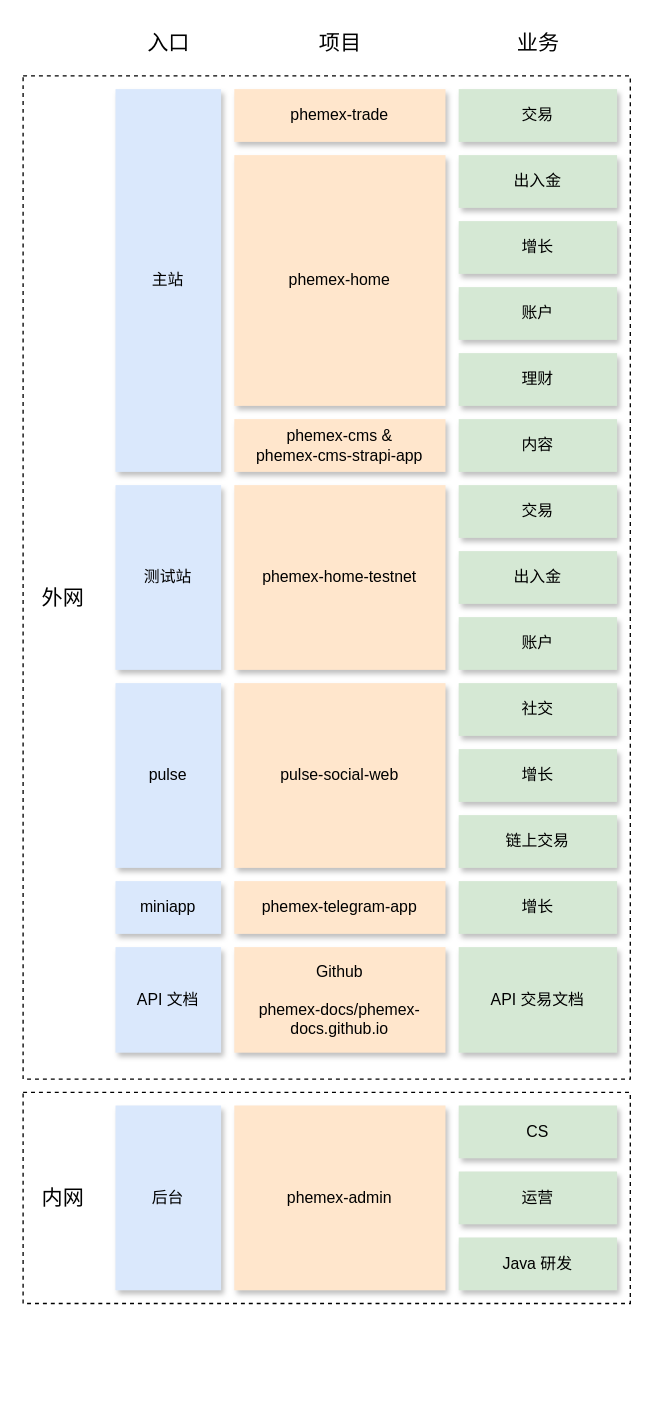
This is page "phemex-biz" (1 of 4) of cex-biz.drawio from AC-YoY/diagram-storage, a draw.io file, before an edit. Source tidied: cells renumbered, new cells numbered last; positions are measured from the earlier drawing's top-left corner, leaving out a move shared by most shapes. Both pictures are drawn from the tidied source at 132%, with x=0, y=0 at pixel (22, 22).
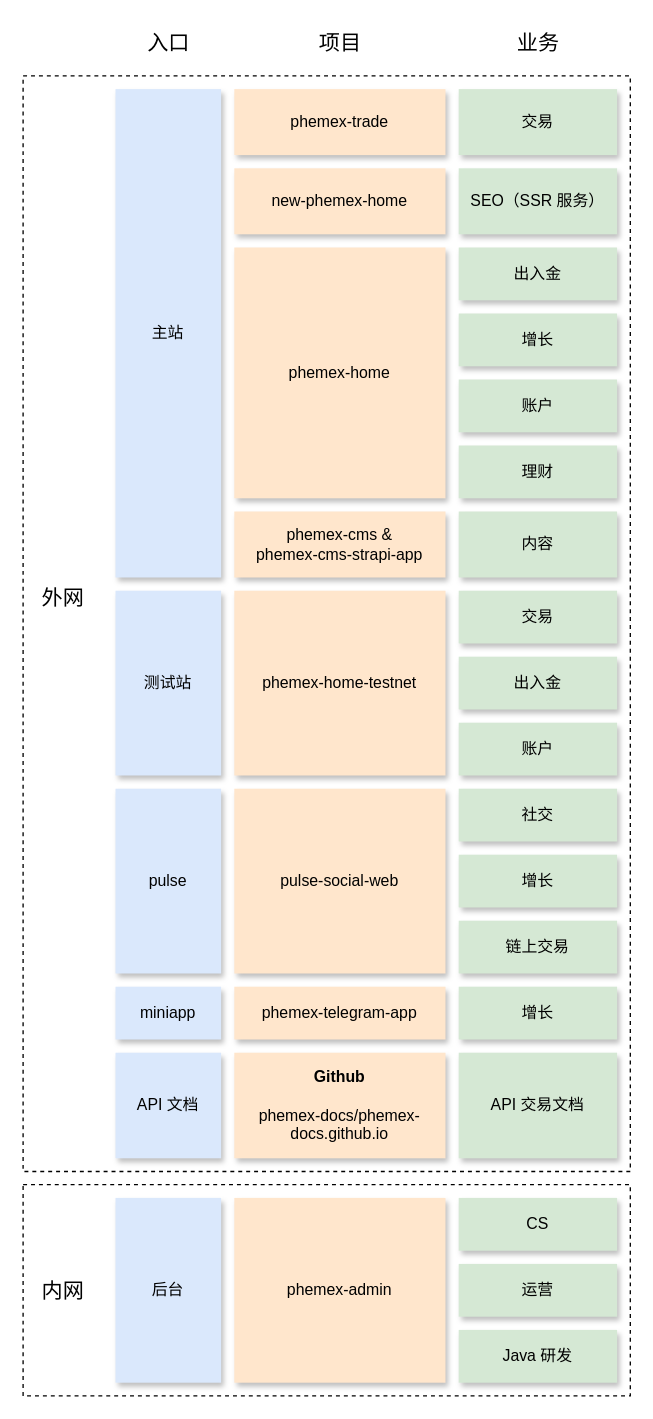
After the change.

Change to the diagram source:
```diff
@@
     <mxCell id="2" style="rounded=0;whiteSpace=wrap;html=1;strokeColor=default;dashed=1;" parent="1" vertex="1">
-      <mxGeometry y="40" width="460" height="760" as="geometry" />
+      <mxGeometry y="40" width="460" height="830" as="geometry" />
     </mxCell>
     <mxCell id="3" style="rounded=0;whiteSpace=wrap;html=1;dashed=1;" parent="1" vertex="1">
-      <mxGeometry y="810" width="460" height="160" as="geometry" />
+      <mxGeometry y="880" width="460" height="160" as="geometry" />
     </mxCell>
@@
     <mxCell id="7" value="交易" style="rounded=0;whiteSpace=wrap;html=1;fillColor=#d5e8d4;strokeColor=none;labelBackgroundColor=none;labelBorderColor=none;shadow=1;" parent="1" vertex="1">
-      <mxGeometry x="330" y="50" width="120" height="40" as="geometry" />
+      <mxGeometry x="330" y="50" width="120" height="50" as="geometry" />
     </mxCell>
     <mxCell id="8" value="账户" style="rounded=0;whiteSpace=wrap;html=1;fillColor=#d5e8d4;strokeColor=none;labelBackgroundColor=none;labelBorderColor=none;shadow=1;" parent="1" vertex="1">
-      <mxGeometry x="330" y="200" width="120" height="40" as="geometry" />
+      <mxGeometry x="330" y="270" width="120" height="40" as="geometry" />
     </mxCell>
     <mxCell id="9" value="出入金" style="rounded=0;whiteSpace=wrap;html=1;fillColor=#d5e8d4;strokeColor=none;labelBackgroundColor=none;labelBorderColor=none;shadow=1;" parent="1" vertex="1">
-      <mxGeometry x="330" y="100" width="120" height="40" as="geometry" />
+      <mxGeometry x="330" y="170" width="120" height="40" as="geometry" />
     </mxCell>
     <mxCell id="10" value="理财" style="rounded=0;whiteSpace=wrap;html=1;fillColor=#d5e8d4;strokeColor=none;labelBackgroundColor=none;labelBorderColor=none;shadow=1;" parent="1" vertex="1">
-      <mxGeometry x="330" y="250" width="120" height="40" as="geometry" />
+      <mxGeometry x="330" y="320" width="120" height="40" as="geometry" />
     </mxCell>
     <mxCell id="11" value="增长" style="rounded=0;whiteSpace=wrap;html=1;fillColor=#d5e8d4;strokeColor=none;labelBackgroundColor=none;labelBorderColor=none;shadow=1;" parent="1" vertex="1">
-      <mxGeometry x="330" y="150" width="120" height="40" as="geometry" />
+      <mxGeometry x="330" y="220" width="120" height="40" as="geometry" />
     </mxCell>
     <mxCell id="12" value="内容" style="rounded=0;whiteSpace=wrap;html=1;fillColor=#d5e8d4;strokeColor=none;labelBackgroundColor=none;labelBorderColor=none;shadow=1;" parent="1" vertex="1">
-      <mxGeometry x="330" y="300" width="120" height="40" as="geometry" />
+      <mxGeometry x="330" y="370" width="120" height="50" as="geometry" />
     </mxCell>
     <mxCell id="13" value="测试站" style="rounded=0;whiteSpace=wrap;html=1;fillColor=#dae8fc;strokeColor=none;labelBackgroundColor=none;labelBorderColor=none;shadow=1;" parent="1" vertex="1">
-      <mxGeometry x="70" y="350" width="80" height="140" as="geometry" />
+      <mxGeometry x="70" y="430" width="80" height="140" as="geometry" />
     </mxCell>
     <mxCell id="14" value="主站" style="rounded=0;whiteSpace=wrap;html=1;fillColor=#dae8fc;strokeColor=none;labelBackgroundColor=none;labelBorderColor=none;shadow=1;" parent="1" vertex="1">
-      <mxGeometry x="70" y="50" width="80" height="290" as="geometry" />
+      <mxGeometry x="70" y="50" width="80" height="370" as="geometry" />
     </mxCell>
     <mxCell id="15" value="社交" style="rounded=0;whiteSpace=wrap;html=1;fillColor=#d5e8d4;strokeColor=none;labelBackgroundColor=none;labelBorderColor=none;shadow=1;" parent="1" vertex="1">
-      <mxGeometry x="330" y="500" width="120" height="40" as="geometry" />
+      <mxGeometry x="330" y="580" width="120" height="40" as="geometry" />
     </mxCell>
     <mxCell id="16" value="miniapp" style="rounded=0;whiteSpace=wrap;html=1;fillColor=#dae8fc;strokeColor=none;labelBackgroundColor=none;labelBorderColor=none;shadow=1;" parent="1" vertex="1">
-      <mxGeometry x="70" y="650" width="80" height="40" as="geometry" />
+      <mxGeometry x="70" y="730" width="80" height="40" as="geometry" />
     </mxCell>
     <mxCell id="17" value="pulse" style="rounded=0;whiteSpace=wrap;html=1;fillColor=#dae8fc;strokeColor=none;labelBackgroundColor=none;labelBorderColor=none;shadow=1;" parent="1" vertex="1">
-      <mxGeometry x="70" y="500" width="80" height="140" as="geometry" />
+      <mxGeometry x="70" y="580" width="80" height="140" as="geometry" />
     </mxCell>
     <mxCell id="18" value="后台" style="rounded=0;whiteSpace=wrap;html=1;fillColor=#dae8fc;strokeColor=none;labelBackgroundColor=none;labelBorderColor=none;shadow=1;" parent="1" vertex="1">
-      <mxGeometry x="70" y="820" width="80" height="140" as="geometry" />
+      <mxGeometry x="70" y="890" width="80" height="140" as="geometry" />
     </mxCell>
     <mxCell id="19" value="增长" style="rounded=0;whiteSpace=wrap;html=1;fillColor=#d5e8d4;strokeColor=none;labelBackgroundColor=none;labelBorderColor=none;shadow=1;" parent="1" vertex="1">
-      <mxGeometry x="330" y="550" width="120" height="40" as="geometry" />
+      <mxGeometry x="330" y="630" width="120" height="40" as="geometry" />
     </mxCell>
     <mxCell id="20" value="增长" style="rounded=0;whiteSpace=wrap;html=1;fillColor=#d5e8d4;strokeColor=none;labelBackgroundColor=none;labelBorderColor=none;shadow=1;" parent="1" vertex="1">
-      <mxGeometry x="330" y="650" width="120" height="40" as="geometry" />
+      <mxGeometry x="330" y="730" width="120" height="40" as="geometry" />
     </mxCell>
     <mxCell id="21" value="CS" style="rounded=0;whiteSpace=wrap;html=1;fillColor=#d5e8d4;strokeColor=none;labelBackgroundColor=none;labelBorderColor=none;shadow=1;" parent="1" vertex="1">
-      <mxGeometry x="330" y="820" width="120" height="40" as="geometry" />
+      <mxGeometry x="330" y="890" width="120" height="40" as="geometry" />
     </mxCell>
     <mxCell id="22" value="phemex-home-testnet" style="rounded=0;whiteSpace=wrap;html=1;fillColor=#ffe6cc;strokeColor=none;labelBackgroundColor=none;labelBorderColor=none;shadow=1;" parent="1" vertex="1">
-      <mxGeometry x="160" y="350" width="160" height="140" as="geometry" />
+      <mxGeometry x="160" y="430" width="160" height="140" as="geometry" />
     </mxCell>
     <mxCell id="23" value="phemex-home" style="rounded=0;whiteSpace=wrap;html=1;fillColor=#ffe6cc;strokeColor=none;labelBackgroundColor=none;labelBorderColor=none;shadow=1;" parent="1" vertex="1">
-      <mxGeometry x="160" y="100" width="160" height="190" as="geometry" />
+      <mxGeometry x="160" y="170" width="160" height="190" as="geometry" />
     </mxCell>
     <mxCell id="24" value="phemex-trade" style="rounded=0;whiteSpace=wrap;html=1;fillColor=#ffe6cc;strokeColor=none;labelBackgroundColor=none;labelBorderColor=none;shadow=1;" parent="1" vertex="1">
-      <mxGeometry x="160" y="50" width="160" height="40" as="geometry" />
+      <mxGeometry x="160" y="50" width="160" height="50" as="geometry" />
     </mxCell>
     <mxCell id="25" value="pulse-social-web" style="rounded=0;whiteSpace=wrap;html=1;fillColor=#ffe6cc;strokeColor=none;labelBackgroundColor=none;labelBorderColor=none;shadow=1;" parent="1" vertex="1">
-      <mxGeometry x="160" y="500" width="160" height="140" as="geometry" />
+      <mxGeometry x="160" y="580" width="160" height="140" as="geometry" />
     </mxCell>
     <mxCell id="26" value="phemex-telegram-app" style="rounded=0;whiteSpace=wrap;html=1;fillColor=#ffe6cc;strokeColor=none;labelBackgroundColor=none;labelBorderColor=none;shadow=1;" parent="1" vertex="1">
-      <mxGeometry x="160" y="650" width="160" height="40" as="geometry" />
+      <mxGeometry x="160" y="730" width="160" height="40" as="geometry" />
     </mxCell>
     <mxCell id="27" value="phemex-admin" style="rounded=0;whiteSpace=wrap;html=1;fillColor=#ffe6cc;strokeColor=none;labelBackgroundColor=none;labelBorderColor=none;shadow=1;" parent="1" vertex="1">
-      <mxGeometry x="160" y="820" width="160" height="140" as="geometry" />
+      <mxGeometry x="160" y="890" width="160" height="140" as="geometry" />
     </mxCell>
     <mxCell id="28" value="Java 研发" style="rounded=0;whiteSpace=wrap;html=1;fillColor=#d5e8d4;strokeColor=none;labelBackgroundColor=none;labelBorderColor=none;shadow=1;" parent="1" vertex="1">
-      <mxGeometry x="330" y="920" width="120" height="40" as="geometry" />
+      <mxGeometry x="330" y="990" width="120" height="40" as="geometry" />
     </mxCell>
     <mxCell id="29" value="phemex-cms &amp;amp;&lt;br&gt;phemex-cms-strapi-app" style="rounded=0;whiteSpace=wrap;html=1;fillColor=#ffe6cc;strokeColor=none;labelBackgroundColor=none;labelBorderColor=none;shadow=1;" parent="1" vertex="1">
-      <mxGeometry x="160" y="300" width="160" height="40" as="geometry" />
+      <mxGeometry x="160" y="370" width="160" height="50" as="geometry" />
     </mxCell>
     <mxCell id="30" value="运营" style="rounded=0;whiteSpace=wrap;html=1;fillColor=#d5e8d4;strokeColor=none;labelBackgroundColor=none;labelBorderColor=none;shadow=1;" parent="1" vertex="1">
-      <mxGeometry x="330" y="870" width="120" height="40" as="geometry" />
+      <mxGeometry x="330" y="940" width="120" height="40" as="geometry" />
     </mxCell>
     <mxCell id="31" value="交易" style="rounded=0;whiteSpace=wrap;html=1;fillColor=#d5e8d4;strokeColor=none;labelBackgroundColor=none;labelBorderColor=none;shadow=1;" parent="1" vertex="1">
-      <mxGeometry x="330" y="350" width="120" height="40" as="geometry" />
+      <mxGeometry x="330" y="430" width="120" height="40" as="geometry" />
     </mxCell>
     <mxCell id="32" value="出入金" style="rounded=0;whiteSpace=wrap;html=1;fillColor=#d5e8d4;strokeColor=none;labelBackgroundColor=none;labelBorderColor=none;shadow=1;" parent="1" vertex="1">
-      <mxGeometry x="330" y="400" width="120" height="40" as="geometry" />
+      <mxGeometry x="330" y="480" width="120" height="40" as="geometry" />
     </mxCell>
     <mxCell id="33" value="账户" style="rounded=0;whiteSpace=wrap;html=1;fillColor=#d5e8d4;strokeColor=none;labelBackgroundColor=none;labelBorderColor=none;shadow=1;" parent="1" vertex="1">
-      <mxGeometry x="330" y="450" width="120" height="40" as="geometry" />
+      <mxGeometry x="330" y="530" width="120" height="40" as="geometry" />
     </mxCell>
     <mxCell id="34" value="链上交易" style="rounded=0;whiteSpace=wrap;html=1;fillColor=#d5e8d4;strokeColor=none;labelBackgroundColor=none;labelBorderColor=none;shadow=1;" parent="1" vertex="1">
-      <mxGeometry x="330" y="600" width="120" height="40" as="geometry" />
+      <mxGeometry x="330" y="680" width="120" height="40" as="geometry" />
     </mxCell>
     <mxCell id="35" value="API 文档" style="rounded=0;whiteSpace=wrap;html=1;fillColor=#dae8fc;strokeColor=none;labelBackgroundColor=none;labelBorderColor=none;shadow=1;" parent="1" vertex="1">
-      <mxGeometry x="70" y="700" width="80" height="80" as="geometry" />
+      <mxGeometry x="70" y="780" width="80" height="80" as="geometry" />
     </mxCell>
-    <mxCell id="36" value="Github&lt;br&gt;&lt;br&gt;phemex-docs/phemex-docs.github.io" style="rounded=0;whiteSpace=wrap;html=1;fillColor=#ffe6cc;strokeColor=none;labelBackgroundColor=none;labelBorderColor=none;shadow=1;" parent="1" vertex="1">
-      <mxGeometry x="160" y="700" width="160" height="80" as="geometry" />
+    <mxCell id="36" value="&lt;b&gt;Github&lt;/b&gt;&lt;br&gt;&lt;br&gt;phemex-docs/phemex-docs.github.io" style="rounded=0;whiteSpace=wrap;html=1;fillColor=#ffe6cc;strokeColor=none;labelBackgroundColor=none;labelBorderColor=none;shadow=1;" parent="1" vertex="1">
+      <mxGeometry x="160" y="780" width="160" height="80" as="geometry" />
     </mxCell>
     <mxCell id="37" value="API 交易文档" style="rounded=0;whiteSpace=wrap;html=1;fillColor=#d5e8d4;strokeColor=none;labelBackgroundColor=none;labelBorderColor=none;shadow=1;" parent="1" vertex="1">
-      <mxGeometry x="330" y="700" width="120" height="80" as="geometry" />
+      <mxGeometry x="330" y="780" width="120" height="80" as="geometry" />
     </mxCell>
     <mxCell id="38" value="内网" style="text;html=1;align=center;verticalAlign=middle;strokeColor=none;fillColor=none;fontSize=16;" parent="1" vertex="1">
-      <mxGeometry y="875" width="60" height="30" as="geometry" />
+      <mxGeometry y="945" width="60" height="30" as="geometry" />
     </mxCell>
@@
+    <mxCell id="40" value="new-phemex-home" style="rounded=0;whiteSpace=wrap;html=1;fillColor=#ffe6cc;strokeColor=none;labelBackgroundColor=none;labelBorderColor=none;shadow=1;" parent="1" vertex="1">
+      <mxGeometry x="160" y="110" width="160" height="50" as="geometry" />
+    </mxCell>
+    <mxCell id="41" value="SEO（SSR 服务）" style="rounded=0;whiteSpace=wrap;html=1;fillColor=#d5e8d4;strokeColor=none;labelBackgroundColor=none;labelBorderColor=none;shadow=1;" parent="1" vertex="1">
+      <mxGeometry x="330" y="110" width="120" height="50" as="geometry" />
+    </mxCell>
```
